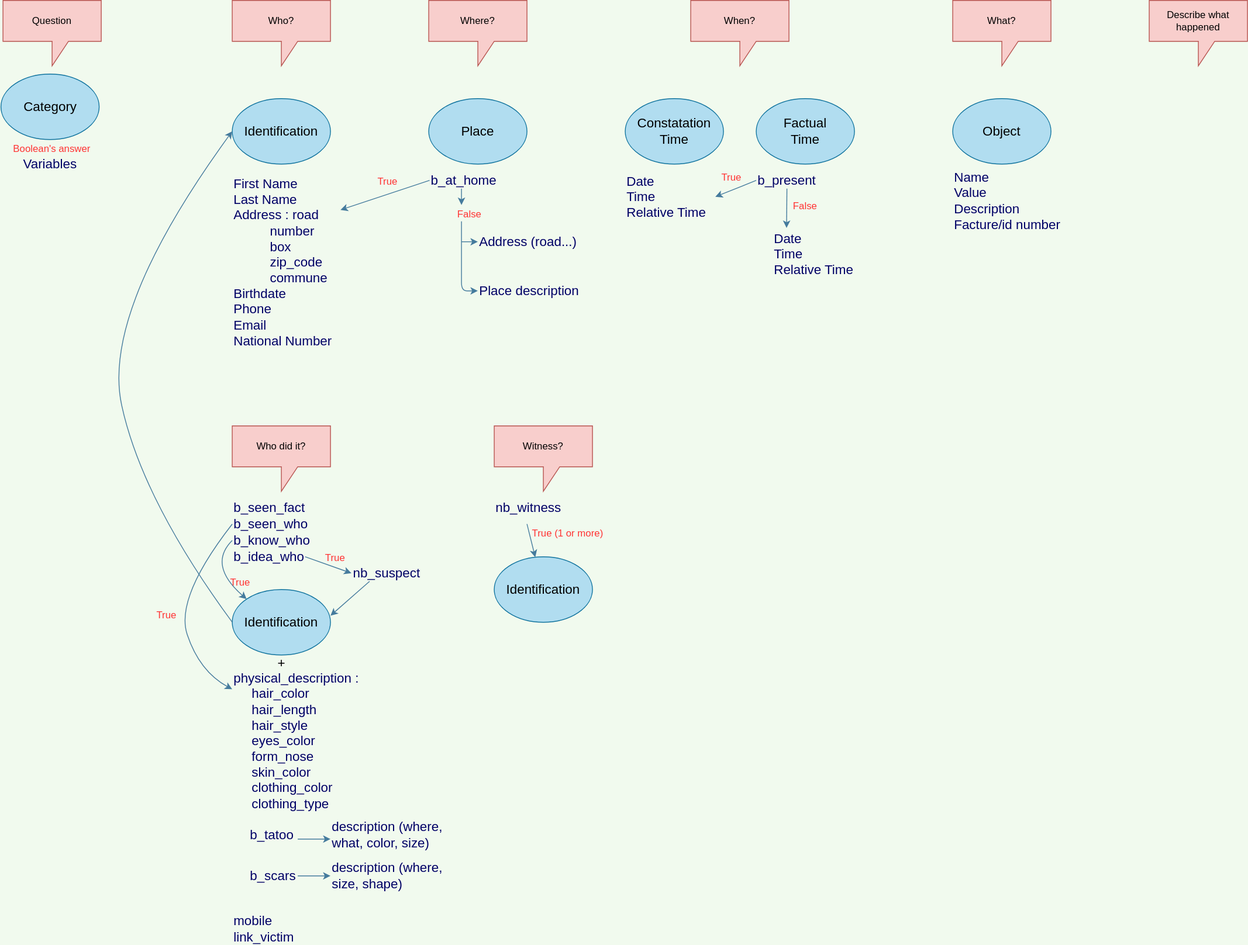
Before: concepts/Variables_needed.svg, a diagram exported from draw.io (Joffreybvn/police-training-chatbot). Source tidied: cells renumbered, new cells last; positions are measured from the earlier drawing's top-left corner, leaving out a move shared by most shapes.
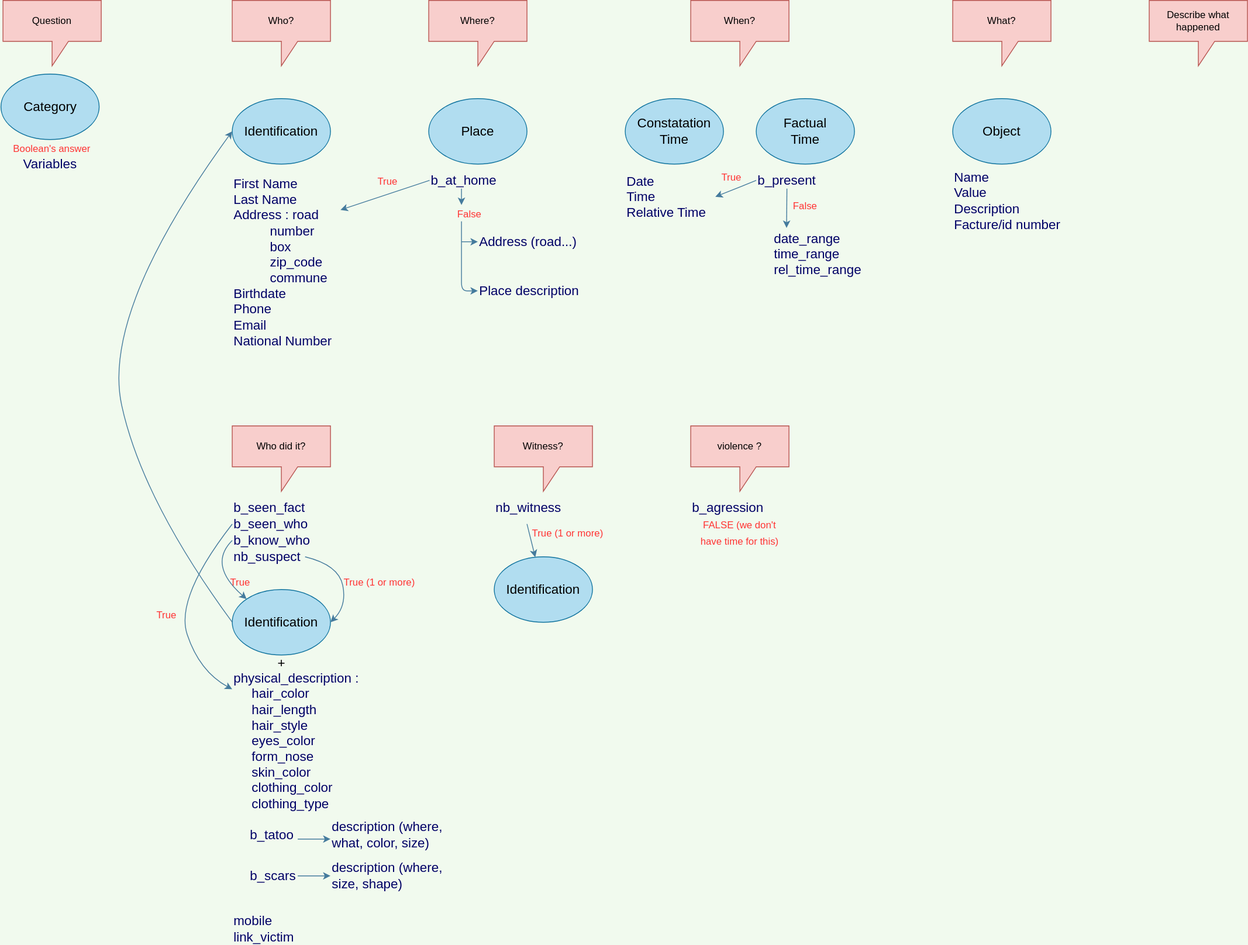
After the commit.

The edit, as a diff of the source:
```diff
@@ -88,7 +88,7 @@
     <mxCell id="27" value="&lt;font style=&quot;font-size: 12px&quot;&gt;True&lt;/font&gt;" style="text;html=1;align=center;verticalAlign=middle;whiteSpace=wrap;rounded=0;sketch=0;fontSize=16;fontColor=#FF3333;" parent="1" vertex="1">
       <mxGeometry x="872" y="205" width="40" height="20" as="geometry" />
     </mxCell>
-    <mxCell id="28" value="Date&lt;br&gt;Time&lt;br&gt;Relative Time" style="text;html=1;align=left;verticalAlign=middle;whiteSpace=wrap;rounded=0;sketch=0;strokeWidth=1;fontColor=#000066;fontSize=16;" parent="1" vertex="1">
+    <mxCell id="28" value="date_range&lt;br&gt;time_range&lt;br&gt;rel_time_range" style="text;html=1;align=left;verticalAlign=middle;whiteSpace=wrap;rounded=0;sketch=0;strokeWidth=1;fontColor=#000066;fontSize=16;" parent="1" vertex="1">
       <mxGeometry x="942" y="280" width="110" height="60" as="geometry" />
     </mxCell>
     <mxCell id="29" style="endArrow=classic;html=1;strokeColor=#457B9D;fillColor=#A8DADC;fontSize=16;fontColor=#FF3333;exitX=0.25;exitY=1;exitDx=0;exitDy=0;entryX=0.155;entryY=-0.033;entryDx=0;entryDy=0;entryPerimeter=0;" parent="1" edge="1" source="25" target="28">
@@ -118,9 +118,6 @@
     <mxCell id="37" value="b_seen_who" style="text;html=1;align=left;verticalAlign=middle;whiteSpace=wrap;rounded=0;sketch=0;strokeWidth=1;fontColor=#000066;fontSize=16;" parent="1" vertex="1">
       <mxGeometry x="282" y="630" width="89" height="20" as="geometry" />
     </mxCell>
-    <mxCell id="38" value="b_idea_who" style="text;html=1;align=left;verticalAlign=middle;whiteSpace=wrap;rounded=0;sketch=0;strokeWidth=1;fontColor=#000066;fontSize=16;" parent="1" vertex="1">
-      <mxGeometry x="282" y="670" width="89" height="20" as="geometry" />
-    </mxCell>
     <mxCell id="39" value="Identification" style="ellipse;whiteSpace=wrap;html=1;fillColor=#b1ddf0;strokeColor=#10739e;fontSize=16;" parent="1" vertex="1">
       <mxGeometry x="282" y="720" width="120" height="80" as="geometry" />
     </mxCell>
@@ -173,14 +170,8 @@
       <mxGeometry x="602" y="680" width="120" height="80" as="geometry" />
     </mxCell>
     <mxCell id="53" value="nb_suspect" style="text;html=1;align=left;verticalAlign=middle;whiteSpace=wrap;rounded=0;sketch=0;strokeWidth=1;fontColor=#000066;fontSize=16;" parent="1" vertex="1">
-      <mxGeometry x="427.5" y="690" width="89" height="20" as="geometry" />
+      <mxGeometry x="282" y="670" width="89" height="20" as="geometry" />
     </mxCell>
-    <mxCell id="54" style="endArrow=classic;html=1;strokeColor=#457B9D;fillColor=#A8DADC;fontSize=16;fontColor=#FF3333;exitX=1;exitY=0.5;exitDx=0;exitDy=0;entryX=0;entryY=0.5;entryDx=0;entryDy=0;" parent="1" edge="1" source="38" target="53">
-      <mxGeometry relative="1" as="geometry" />
-    </mxCell>
-    <mxCell id="55" value="&lt;font style=&quot;font-size: 12px&quot;&gt;True&lt;/font&gt;" style="text;html=1;align=center;verticalAlign=middle;whiteSpace=wrap;rounded=0;sketch=0;fontSize=16;fontColor=#FF3333;" parent="1" vertex="1">
-      <mxGeometry x="387.5" y="670" width="40" height="20" as="geometry" />
-    </mxCell>
     <mxCell id="56" style="curved=1;endArrow=classic;html=1;strokeColor=#457B9D;fillColor=#A8DADC;fontSize=16;fontColor=#FF3333;exitX=0;exitY=0.5;exitDx=0;exitDy=0;entryX=0;entryY=0.129;entryDx=0;entryDy=0;entryPerimeter=0;" parent="1" edge="1" source="37" target="40">
       <mxGeometry relative="1" as="geometry">
         <Array as="points">
@@ -192,9 +183,6 @@
     <mxCell id="57" value="&lt;font style=&quot;font-size: 12px&quot;&gt;True&lt;/font&gt;" style="text;html=1;align=center;verticalAlign=middle;whiteSpace=wrap;rounded=0;sketch=0;fontSize=16;fontColor=#FF3333;" parent="1" vertex="1">
       <mxGeometry x="182" y="740" width="40" height="20" as="geometry" />
     </mxCell>
-    <mxCell id="58" style="endArrow=classic;html=1;strokeColor=#457B9D;fillColor=#A8DADC;fontSize=16;fontColor=#FF3333;exitX=0.25;exitY=1;exitDx=0;exitDy=0;entryX=1;entryY=0.4;entryDx=0;entryDy=0;entryPerimeter=0;" parent="1" edge="1" source="53" target="39">
-      <mxGeometry relative="1" as="geometry" />
-    </mxCell>
     <mxCell id="59" style="curved=1;endArrow=classic;html=1;strokeColor=#457B9D;fillColor=#A8DADC;fontSize=16;fontColor=#FF3333;exitX=0;exitY=0.5;exitDx=0;exitDy=0;entryX=0;entryY=0;entryDx=0;entryDy=0;" parent="1" edge="1" source="42" target="39">
       <mxGeometry relative="1" as="geometry">
         <Array as="points">
@@ -216,5 +204,25 @@
     <mxCell id="63" value="&lt;font style=&quot;font-size: 12px&quot;&gt;True (1 or more)&lt;/font&gt;" style="text;html=1;align=center;verticalAlign=middle;whiteSpace=wrap;rounded=0;sketch=0;fontSize=16;fontColor=#FF3333;" parent="1" vertex="1">
       <mxGeometry x="642" y="640" width="100" height="20" as="geometry" />
     </mxCell>
+    <mxCell id="58" style="curved=1;endArrow=classic;html=1;strokeColor=#457B9D;fillColor=#A8DADC;fontSize=16;fontColor=#FF3333;exitX=1;exitY=0.5;exitDx=0;exitDy=0;entryX=1;entryY=0.5;entryDx=0;entryDy=0;" parent="1" edge="1" source="53" target="39">
+      <mxGeometry relative="1" as="geometry">
+        <Array as="points">
+          <mxPoint x="412" y="690" />
+          <mxPoint x="422" y="740" />
+        </Array>
+      </mxGeometry>
+    </mxCell>
+    <mxCell id="64" value="&lt;font style=&quot;font-size: 12px&quot;&gt;True (1 or more)&lt;/font&gt;" style="text;html=1;align=center;verticalAlign=middle;whiteSpace=wrap;rounded=0;sketch=0;fontSize=16;fontColor=#FF3333;" parent="1" vertex="1">
+      <mxGeometry x="412" y="700" width="100" height="20" as="geometry" />
+    </mxCell>
+    <mxCell id="65" value="violence ?" style="shape=callout;whiteSpace=wrap;html=1;perimeter=calloutPerimeter;rounded=0;sketch=0;strokeColor=#b85450;fillColor=#f8cecc;" parent="1" vertex="1">
+      <mxGeometry x="842" y="520" width="120" height="80" as="geometry" />
+    </mxCell>
+    <mxCell id="66" value="b_agression" style="text;html=1;align=left;verticalAlign=middle;whiteSpace=wrap;rounded=0;sketch=0;strokeWidth=1;fontColor=#000066;fontSize=16;" parent="1" vertex="1">
+      <mxGeometry x="842" y="610" width="89" height="20" as="geometry" />
+    </mxCell>
+    <mxCell id="67" value="&lt;font style=&quot;font-size: 12px&quot;&gt;FALSE (we don't have time for this)&lt;/font&gt;" style="text;html=1;align=center;verticalAlign=middle;whiteSpace=wrap;rounded=0;sketch=0;fontSize=16;fontColor=#FF3333;" parent="1" vertex="1">
+      <mxGeometry x="852" y="640" width="100" height="20" as="geometry" />
+    </mxCell>
   </root>
 </mxGraphModel>
```
